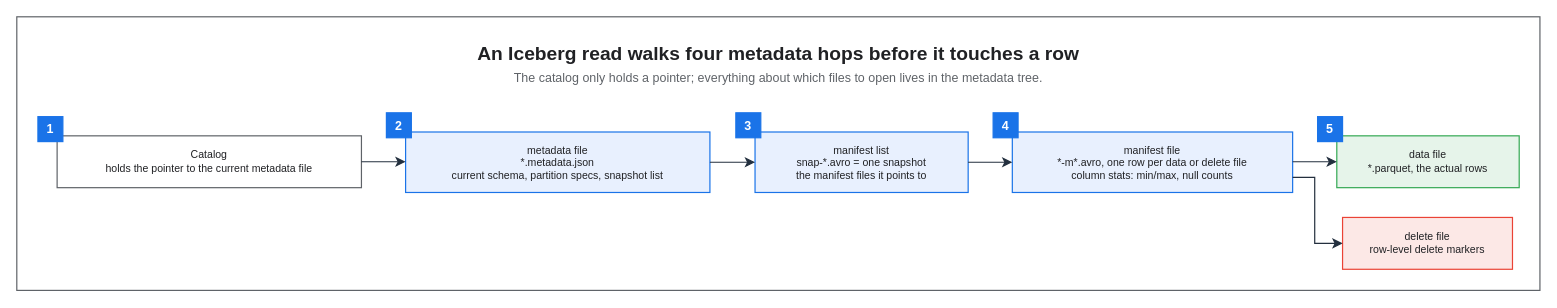
Earlier version of the draw.io diagram assets/img/aws/analytics-stack-10-iceberg-metadata-layers.drawio (KKamJi98/kkamji98.github.io). Source tidied: cells renumbered, new cells numbered last; positions are measured from the earlier drawing's top-left corner, leaving out a move shared by most shapes. Both pictures are drawn from the tidied source at 96%, with x=0, y=0 at pixel (16, 16).
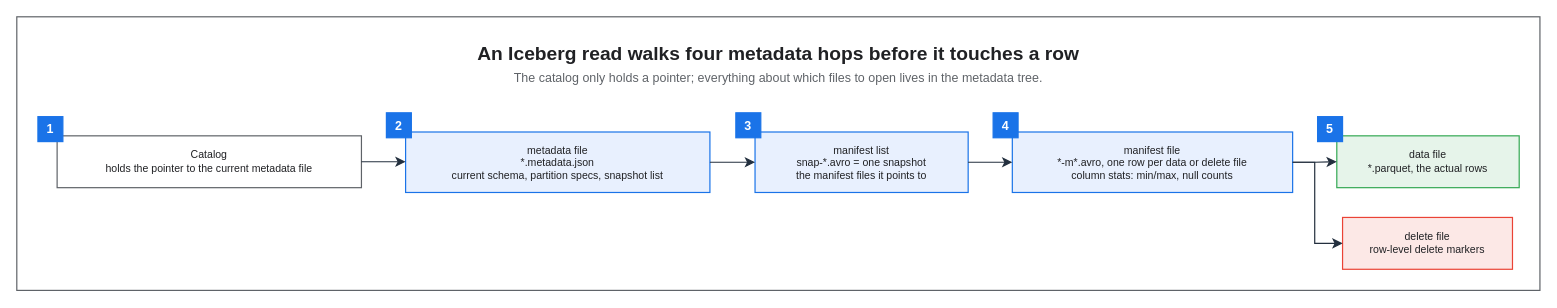
The same page after the edit.

Unchanged cells that the change refers to:
```xml
<mxCell id="8" value="manifest file&#10;*-m*.avro, one row per data or delete file&#10;column stats: min/max, null counts" style="rounded=0;whiteSpace=wrap;html=0;fillColor=#E8F0FE;strokeColor=#1A73E8;fontColor=#202124;fontSize=11;fontStyle=0;align=center;verticalAlign=middle;spacingLeft=6;spacingRight=6;strokeWidth=1.25;" parent="1" vertex="1">
  <mxGeometry x="1037" y="120" width="292" height="63" as="geometry" />
</mxCell>
<mxCell id="9" value="data file&#10;*.parquet, the actual rows" style="rounded=0;whiteSpace=wrap;html=0;fillColor=#E6F4EA;strokeColor=#34A853;fontColor=#202124;fontSize=11;fontStyle=0;align=center;verticalAlign=middle;spacingLeft=6;spacingRight=6;strokeWidth=1.25;" parent="1" vertex="1">
  <mxGeometry x="1375" y="124" width="190" height="54" as="geometry" />
</mxCell>
<mxCell id="10" value="delete file&#10;row-level delete markers" style="rounded=0;whiteSpace=wrap;html=0;fillColor=#FCE8E6;strokeColor=#EA4335;fontColor=#202124;fontSize=11;fontStyle=0;align=center;verticalAlign=middle;spacingLeft=6;spacingRight=6;strokeWidth=1.25;" parent="1" vertex="1">
  <mxGeometry x="1381" y="209" width="177" height="54" as="geometry" />
</mxCell>
```

What changed in the source:
```diff
@@
-    <mxCell id="19" style="edgeStyle=orthogonalEdgeStyle;rounded=0;html=0;strokeColor=#232F3E;strokeWidth=1.25;endArrow=classic;endFill=1;endSize=7;fontSize=11;fontColor=#202124;labelBackgroundColor=none;jettySize=14;exitX=1;exitY=0.4921;entryX=0;entryY=0.5;exitDx=0;exitDy=0;entryDx=0;entryDy=0;" parent="1" edge="1" source="8" target="9">
+    <mxCell id="19" style="edgeStyle=orthogonalEdgeStyle;rounded=0;html=0;strokeColor=#232F3E;strokeWidth=1.25;endArrow=classic;endFill=1;endSize=7;fontSize=11;fontColor=#202124;labelBackgroundColor=none;jettySize=14;exitX=1;exitY=0.5;entryX=0;entryY=0.5;exitDx=0;exitDy=0;entryDx=0;entryDy=0;" parent="1" edge="1" source="8" target="9">
       <mxGeometry relative="1" as="geometry" />
     </mxCell>
-    <mxCell id="20" style="edgeStyle=orthogonalEdgeStyle;rounded=0;html=0;strokeColor=#232F3E;strokeWidth=1.25;endArrow=classic;endFill=1;endSize=7;fontSize=11;fontColor=#202124;labelBackgroundColor=none;jettySize=14;exitX=1;exitY=0.75;entryX=0;entryY=0.5;exitDx=0;exitDy=0;entryDx=0;entryDy=0;" parent="1" edge="1" source="8" target="10">
+    <mxCell id="20" style="edgeStyle=orthogonalEdgeStyle;rounded=0;html=0;strokeColor=#232F3E;strokeWidth=1.25;endArrow=classic;endFill=1;endSize=7;fontSize=11;fontColor=#202124;labelBackgroundColor=none;jettySize=14;exitX=1;exitY=0.5;entryX=0;entryY=0.5;exitDx=0;exitDy=0;entryDx=0;entryDy=0;" parent="1" edge="1" source="8" target="10">
       <mxGeometry relative="1" as="geometry">
         <Array as="points">
-          <mxPoint x="1352" y="167.2" />
+          <mxPoint x="1352" y="151.5" />
           <mxPoint x="1352" y="236" />
         </Array>
       </mxGeometry>
     </mxCell>
```
